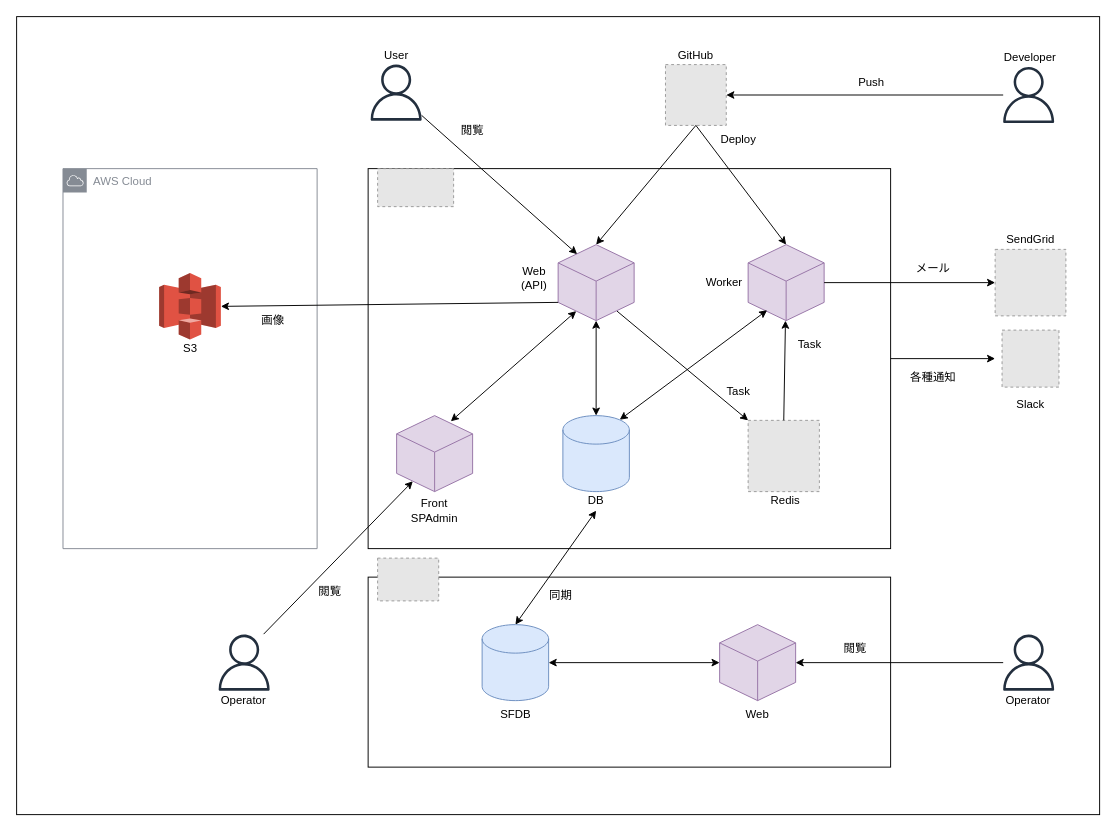
The draw.io diagram bokan_prod.drawio in nagi125/draw-io-contents, before the edit. Source tidied: cells renumbered, new cells numbered last; positions are measured from the earlier drawing's top-left corner, leaving out a move shared by most shapes. Both pictures are drawn from the tidied source at 95%, with x=0, y=0 at pixel (16, 16). Pictures stored in the file or linked from it are replaced by grey dashed boxes.
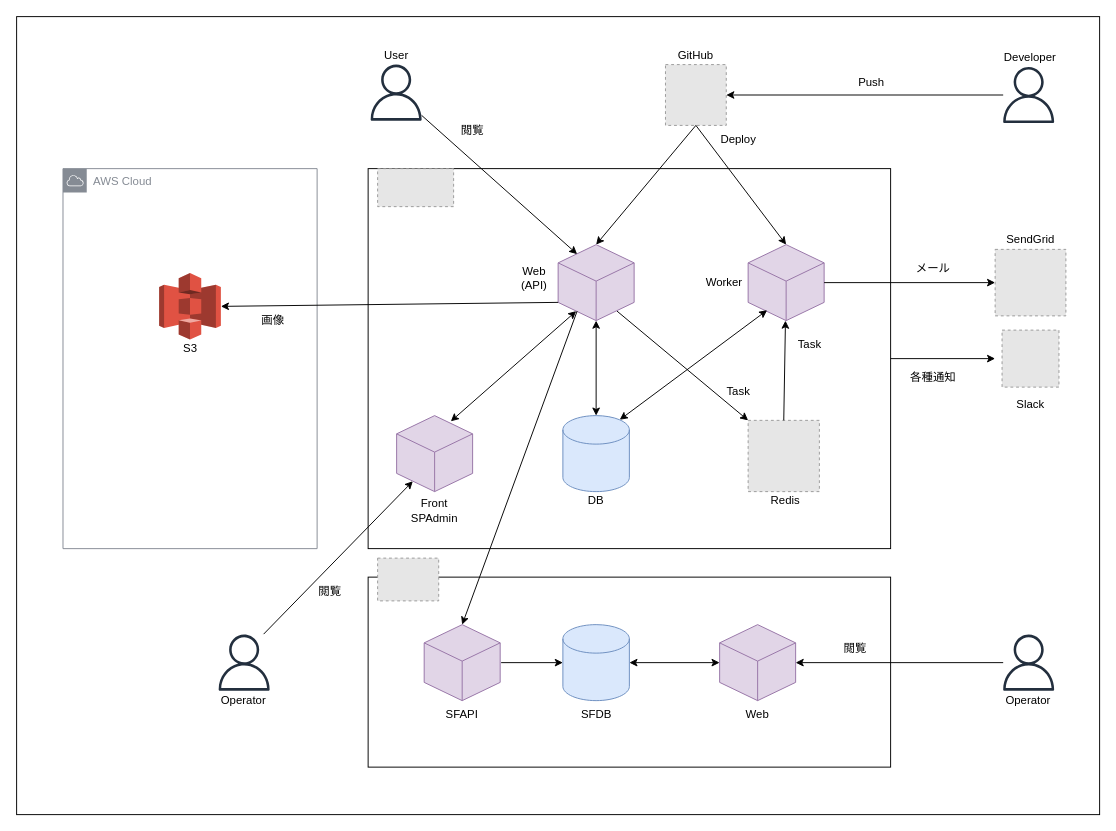
After the change.

The change refers to these unchanged cells:
```xml
<mxCell id="22" value="DB" style="text;html=1;strokeColor=none;fillColor=none;align=center;verticalAlign=middle;whiteSpace=wrap;rounded=0;" parent="1" vertex="1">
  <mxGeometry x="590" y="500" width="40" height="20" as="geometry" />
</mxCell>
```

The edit, as a diff of the source:
```diff
@@
     <mxCell id="47" style="shape=cylinder3;whiteSpace=wrap;html=1;boundedLbl=1;backgroundOutline=1;size=15;fillColor=#dae8fc;strokeColor=#6c8ebf;" parent="1" vertex="1">
-      <mxGeometry x="490" y="640" width="70" height="80" as="geometry" />
+      <mxGeometry x="575" y="640" width="70" height="80" as="geometry" />
     </mxCell>
@@
     <mxCell id="49" value="SFDB" style="text;html=1;strokeColor=none;fillColor=none;align=center;verticalAlign=middle;whiteSpace=wrap;rounded=0;" parent="1" vertex="1">
-      <mxGeometry x="502.5" y="720" width="45" height="30" as="geometry" />
+      <mxGeometry x="587.5" y="720" width="45" height="30" as="geometry" />
     </mxCell>
-    <mxCell id="50" style="endArrow=classic;startArrow=classic;html=1;entryX=0.5;entryY=1;entryDx=0;entryDy=0;exitX=0.5;exitY=0;exitDx=0;exitDy=0;exitPerimeter=0;" parent="1" edge="1" source="47" target="22">
-      <mxGeometry relative="1" as="geometry" />
-    </mxCell>
-    <mxCell id="51" value="同期" style="text;html=1;strokeColor=none;fillColor=none;align=center;verticalAlign=middle;whiteSpace=wrap;rounded=0;" parent="1" vertex="1">
-      <mxGeometry x="547.5" y="600" width="50" height="20" as="geometry" />
-    </mxCell>
@@
+    <mxCell id="66" style="whiteSpace=wrap;html=1;shape=mxgraph.basic.isocube;isoAngle=15;fillColor=#e1d5e7;strokeColor=#9673a6;" parent="1" vertex="1">
+      <mxGeometry x="429" y="640" width="80" height="80" as="geometry" />
+    </mxCell>
+    <mxCell id="67" value="SFAPI" style="text;html=1;strokeColor=none;fillColor=none;align=center;verticalAlign=middle;whiteSpace=wrap;rounded=0;" parent="1" vertex="1">
+      <mxGeometry x="449" y="725" width="40" height="20" as="geometry" />
+    </mxCell>
+    <mxCell id="68" style="endArrow=classic;html=1;rounded=0;entryX=0;entryY=0.5;entryDx=0;entryDy=0;entryPerimeter=0;" parent="1" edge="1" target="47">
+      <mxGeometry relative="1" as="geometry">
+        <mxPoint x="510" y="680" as="sourcePoint" />
+      </mxGeometry>
+    </mxCell>
+    <mxCell id="69" style="endArrow=classic;html=1;rounded=0;entryX=0.5;entryY=0;entryDx=0;entryDy=0;entryPerimeter=0;" parent="1" edge="1" target="66">
+      <mxGeometry relative="1" as="geometry">
+        <mxPoint x="590" y="310" as="sourcePoint" />
+      </mxGeometry>
+    </mxCell>
```
